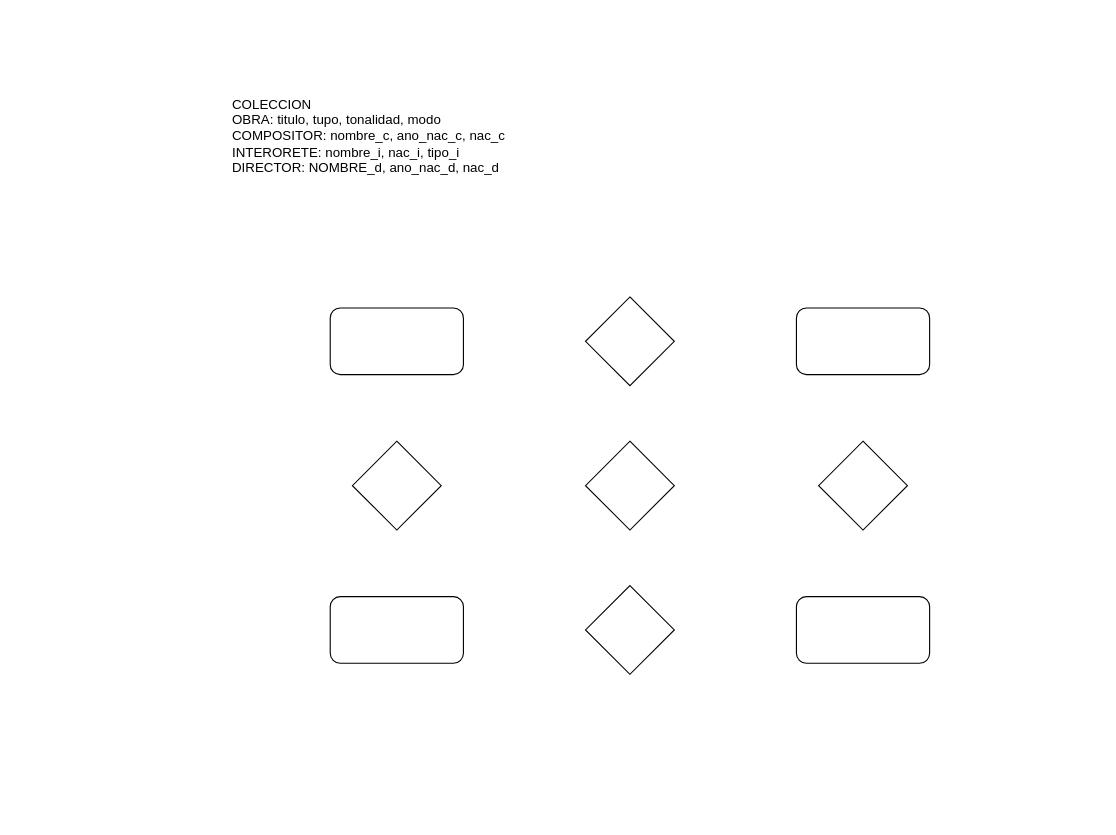
Above: auxiliatura/primerParcial/Diagrama sin título.drawio in Abigail08082001/diagramasBasedeDatos (draw.io), before the change. Source tidied: cells renumbered, new cells numbered last; positions are measured from the earlier drawing's top-left corner, leaving out a move shared by most shapes. Both pictures are drawn from the tidied source at 111%, with x=0, y=0 at pixel (230, 85).
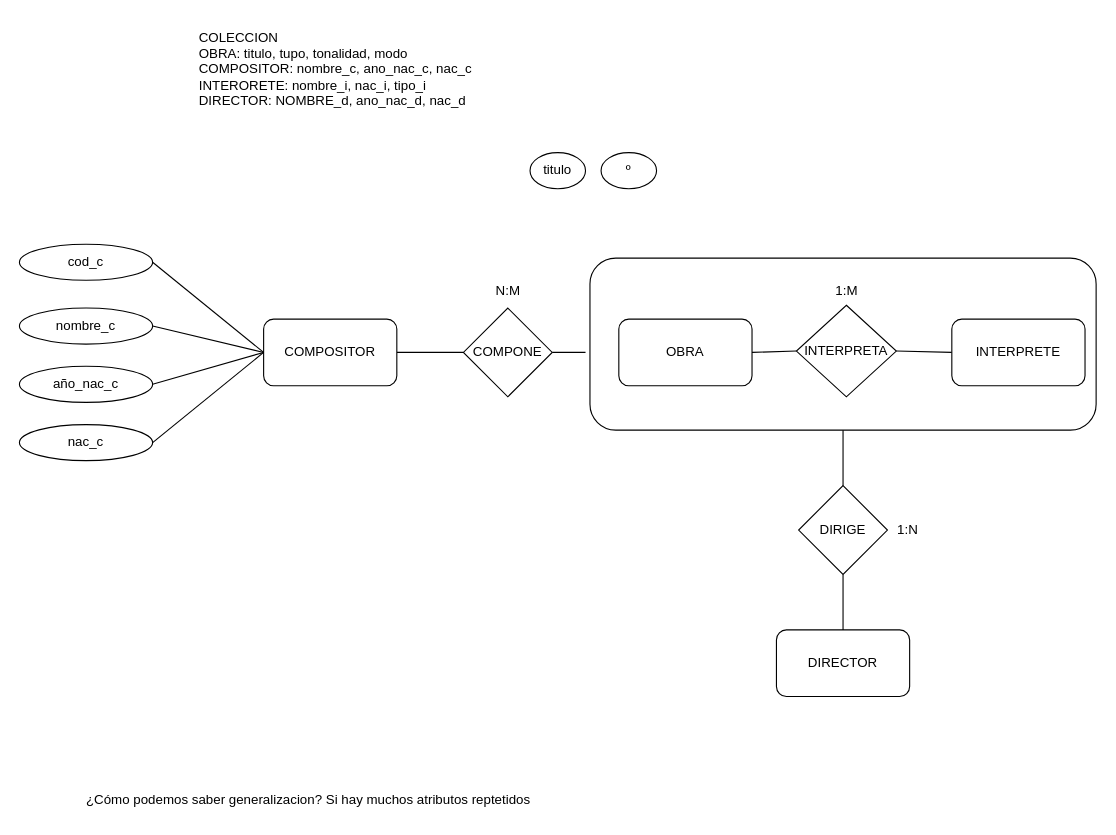
The same diagram, later.

Diff of the diagram source:
```diff
@@
+    <mxCell id="12" style="rounded=1;whiteSpace=wrap;html=1;" parent="1" vertex="1">
+      <mxGeometry x="324" y="155" width="456" height="155" as="geometry" />
+    </mxCell>
-    <mxCell id="2" style="rhombus;whiteSpace=wrap;html=1;" parent="1" vertex="1">
-      <mxGeometry x="320" y="190" width="80" height="80" as="geometry" />
+    <mxCell id="2" value="INTERPRETA" style="rhombus;whiteSpace=wrap;html=1;" parent="1" vertex="1">
+      <mxGeometry x="510" y="197.5" width="90" height="82.5" as="geometry" />
     </mxCell>
+    <mxCell id="13" style="edgeStyle=none;rounded=0;jettySize=auto;html=1;exitX=1;exitY=0.5;exitDx=0;exitDy=0;entryX=0;entryY=0.5;entryDx=0;entryDy=0;endArrow=none;endFill=0;" parent="1" edge="1" source="3" target="2">
+      <mxGeometry relative="1" as="geometry" />
+    </mxCell>
-    <mxCell id="3" style="rounded=1;whiteSpace=wrap;html=1;" parent="1" vertex="1">
-      <mxGeometry x="90" y="200" width="120" height="60" as="geometry" />
+    <mxCell id="3" value="OBRA" style="rounded=1;whiteSpace=wrap;html=1;" parent="1" vertex="1">
+      <mxGeometry x="350" y="210" width="120" height="60" as="geometry" />
     </mxCell>
+    <mxCell id="14" style="edgeStyle=none;rounded=0;jettySize=auto;html=1;exitX=0;exitY=0.5;exitDx=0;exitDy=0;entryX=1;entryY=0.5;entryDx=0;entryDy=0;endArrow=none;endFill=0;" parent="1" edge="1" source="4" target="2">
+      <mxGeometry relative="1" as="geometry" />
+    </mxCell>
-    <mxCell id="4" style="rounded=1;whiteSpace=wrap;html=1;" parent="1" vertex="1">
-      <mxGeometry x="510" y="200" width="120" height="60" as="geometry" />
+    <mxCell id="4" value="INTERPRETE" style="rounded=1;whiteSpace=wrap;html=1;" parent="1" vertex="1">
+      <mxGeometry x="650" y="210" width="120" height="60" as="geometry" />
     </mxCell>
-    <mxCell id="5" style="rhombus;whiteSpace=wrap;html=1;" parent="1" vertex="1">
-      <mxGeometry x="320" y="450" width="80" height="80" as="geometry" />
-    </mxCell>
-    <mxCell id="6" style="rounded=1;whiteSpace=wrap;html=1;" parent="1" vertex="1">
-      <mxGeometry x="90" y="460" width="120" height="60" as="geometry" />
-    </mxCell>
-    <mxCell id="7" style="rounded=1;whiteSpace=wrap;html=1;" parent="1" vertex="1">
-      <mxGeometry x="510" y="460" width="120" height="60" as="geometry" />
-    </mxCell>
-    <mxCell id="8" style="rhombus;whiteSpace=wrap;html=1;" parent="1" vertex="1">
-      <mxGeometry x="320" y="320" width="80" height="80" as="geometry" />
-    </mxCell>
-    <mxCell id="9" style="rhombus;whiteSpace=wrap;html=1;" parent="1" vertex="1">
-      <mxGeometry x="110" y="320" width="80" height="80" as="geometry" />
-    </mxCell>
-    <mxCell id="10" style="rhombus;whiteSpace=wrap;html=1;" parent="1" vertex="1">
-      <mxGeometry x="530" y="320" width="80" height="80" as="geometry" />
-    </mxCell>
     <mxCell id="11" value="COLECCION&lt;br&gt;OBRA: titulo, tupo, tonalidad, modo&lt;br&gt;&lt;div style=&quot;&quot;&gt;&lt;span style=&quot;background-color: initial;&quot;&gt;COMPOSITOR: nombre_c, ano_nac_c, nac_c&lt;/span&gt;&lt;/div&gt;&lt;div style=&quot;&quot;&gt;INTERORETE: nombre_i, nac_i, tipo_i&lt;/div&gt;&lt;div style=&quot;&quot;&gt;DIRECTOR: NOMBRE_d, ano_nac_d, nac_d&lt;/div&gt;" style="text;html=1;align=left;verticalAlign=middle;strokeColor=none;fillColor=none;" parent="1" vertex="1">
-      <mxGeometry width="270" height="90" as="geometry" />
+      <mxGeometry x="-30" y="-60" width="270" height="90" as="geometry" />
     </mxCell>
+    <mxCell id="15" style="edgeStyle=none;rounded=0;jettySize=auto;html=1;exitX=1;exitY=0.5;exitDx=0;exitDy=0;endArrow=none;endFill=0;" parent="1" edge="1" source="16">
+      <mxGeometry relative="1" as="geometry">
+        <mxPoint x="320" y="240" as="targetPoint" />
+      </mxGeometry>
+    </mxCell>
+    <mxCell id="16" value="COMPONE" style="rhombus;whiteSpace=wrap;html=1;" parent="1" vertex="1">
+      <mxGeometry x="210" y="200" width="80" height="80" as="geometry" />
+    </mxCell>
+    <mxCell id="17" style="edgeStyle=none;rounded=0;jettySize=auto;html=1;exitX=1;exitY=0.5;exitDx=0;exitDy=0;entryX=0;entryY=0.5;entryDx=0;entryDy=0;endArrow=none;endFill=0;" parent="1" edge="1" source="18" target="16">
+      <mxGeometry relative="1" as="geometry" />
+    </mxCell>
+    <mxCell id="18" value="COMPOSITOR" style="rounded=1;whiteSpace=wrap;html=1;" parent="1" vertex="1">
+      <mxGeometry x="30" y="210" width="120" height="60" as="geometry" />
+    </mxCell>
+    <mxCell id="19" value="DIRECTOR" style="rounded=1;whiteSpace=wrap;html=1;" parent="1" vertex="1">
+      <mxGeometry x="492" y="490" width="120" height="60" as="geometry" />
+    </mxCell>
+    <mxCell id="20" style="edgeStyle=none;rounded=0;jettySize=auto;html=1;exitX=0.5;exitY=1;exitDx=0;exitDy=0;endArrow=none;endFill=0;" parent="1" edge="1" source="22" target="19">
+      <mxGeometry relative="1" as="geometry" />
+    </mxCell>
+    <mxCell id="21" style="edgeStyle=none;rounded=0;jettySize=auto;html=1;exitX=0.5;exitY=0;exitDx=0;exitDy=0;entryX=0.5;entryY=1;entryDx=0;entryDy=0;endArrow=none;endFill=0;" parent="1" edge="1" source="22" target="12">
+      <mxGeometry relative="1" as="geometry" />
+    </mxCell>
+    <mxCell id="22" value="DIRIGE" style="rhombus;whiteSpace=wrap;html=1;" parent="1" vertex="1">
+      <mxGeometry x="512" y="360" width="80" height="80" as="geometry" />
+    </mxCell>
+    <mxCell id="23" value="N:M" style="text;html=1;align=center;verticalAlign=middle;strokeColor=none;fillColor=none;" parent="1" vertex="1">
+      <mxGeometry x="225" y="170" width="50" height="30" as="geometry" />
+    </mxCell>
+    <mxCell id="24" value="1:M" style="text;html=1;align=center;verticalAlign=middle;strokeColor=none;fillColor=none;" parent="1" vertex="1">
+      <mxGeometry x="535" y="170" width="40" height="30" as="geometry" />
+    </mxCell>
+    <mxCell id="25" value="1:N" style="text;html=1;align=center;verticalAlign=middle;strokeColor=none;fillColor=none;" parent="1" vertex="1">
+      <mxGeometry x="590" y="385" width="40" height="30" as="geometry" />
+    </mxCell>
+    <mxCell id="26" style="edgeStyle=none;rounded=0;jettySize=auto;html=1;exitX=1;exitY=0.5;exitDx=0;exitDy=0;entryX=0;entryY=0.5;entryDx=0;entryDy=0;endArrow=none;endFill=0;" parent="1" edge="1" source="27" target="18">
+      <mxGeometry relative="1" as="geometry" />
+    </mxCell>
+    <mxCell id="27" value="cod_c" style="ellipse;whiteSpace=wrap;html=1;" parent="1" vertex="1">
+      <mxGeometry x="-190" y="142.5" width="120" height="32.5" as="geometry" />
+    </mxCell>
+    <mxCell id="28" style="edgeStyle=none;rounded=0;orthogonalLoop=1;jettySize=auto;html=1;exitX=0.5;exitY=1;exitDx=0;exitDy=0;" parent="1" edge="1" source="27" target="27">
+      <mxGeometry relative="1" as="geometry" />
+    </mxCell>
+    <mxCell id="29" style="edgeStyle=none;rounded=0;jettySize=auto;html=1;exitX=1;exitY=0.5;exitDx=0;exitDy=0;entryX=0;entryY=0.5;entryDx=0;entryDy=0;endArrow=none;endFill=0;" parent="1" edge="1" source="30" target="18">
+      <mxGeometry relative="1" as="geometry" />
+    </mxCell>
+    <mxCell id="30" value="nombre_c" style="ellipse;whiteSpace=wrap;html=1;" parent="1" vertex="1">
+      <mxGeometry x="-190" y="200" width="120" height="32.5" as="geometry" />
+    </mxCell>
+    <mxCell id="31" style="edgeStyle=none;rounded=0;jettySize=auto;html=1;exitX=1;exitY=0.5;exitDx=0;exitDy=0;entryX=0;entryY=0.5;entryDx=0;entryDy=0;endArrow=none;endFill=0;" parent="1" edge="1" source="32" target="18">
+      <mxGeometry relative="1" as="geometry" />
+    </mxCell>
+    <mxCell id="32" value="año_nac_c" style="ellipse;whiteSpace=wrap;html=1;" parent="1" vertex="1">
+      <mxGeometry x="-190" y="252.5" width="120" height="32.5" as="geometry" />
+    </mxCell>
+    <mxCell id="33" style="edgeStyle=none;rounded=0;jettySize=auto;html=1;exitX=1;exitY=0.5;exitDx=0;exitDy=0;entryX=0;entryY=0.5;entryDx=0;entryDy=0;endArrow=none;endFill=0;" parent="1" edge="1" source="34" target="18">
+      <mxGeometry relative="1" as="geometry" />
+    </mxCell>
+    <mxCell id="34" value="nac_c" style="ellipse;whiteSpace=wrap;html=1;" parent="1" vertex="1">
+      <mxGeometry x="-190" y="305" width="120" height="32.5" as="geometry" />
+    </mxCell>
+    <mxCell id="35" value="¿Cómo podemos saber generalizacion? Si hay muchos atributos reptetidos" style="text;html=1;align=center;verticalAlign=middle;strokeColor=none;fillColor=none;" parent="1" vertex="1">
+      <mxGeometry x="-140" y="628" width="420" height="30" as="geometry" />
+    </mxCell>
+    <mxCell id="36" value="titulo" style="ellipse;whiteSpace=wrap;html=1;" parent="1" vertex="1">
+      <mxGeometry x="270" y="60" width="50" height="32.5" as="geometry" />
+    </mxCell>
+    <mxCell id="37" value="º" style="ellipse;whiteSpace=wrap;html=1;" parent="1" vertex="1">
+      <mxGeometry x="334" y="60" width="50" height="32.5" as="geometry" />
+    </mxCell>
```
